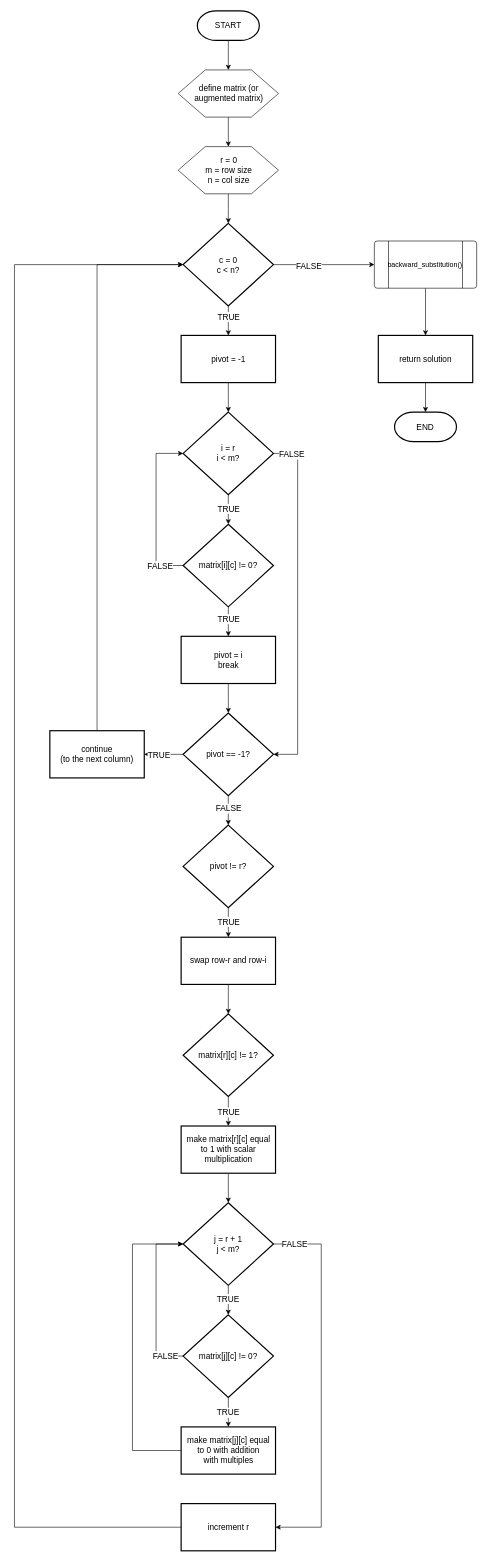
Above: gauss-elimination/gauss-elimination.drawio in HarisHerdiansyah/computational-math (draw.io), before the change. Source tidied: cells renumbered, new cells numbered last; positions are measured from the earlier drawing's top-left corner, leaving out a move shared by most shapes. Both pictures are drawn from the tidied source at 59%, with x=0, y=0 at pixel (14, 11).
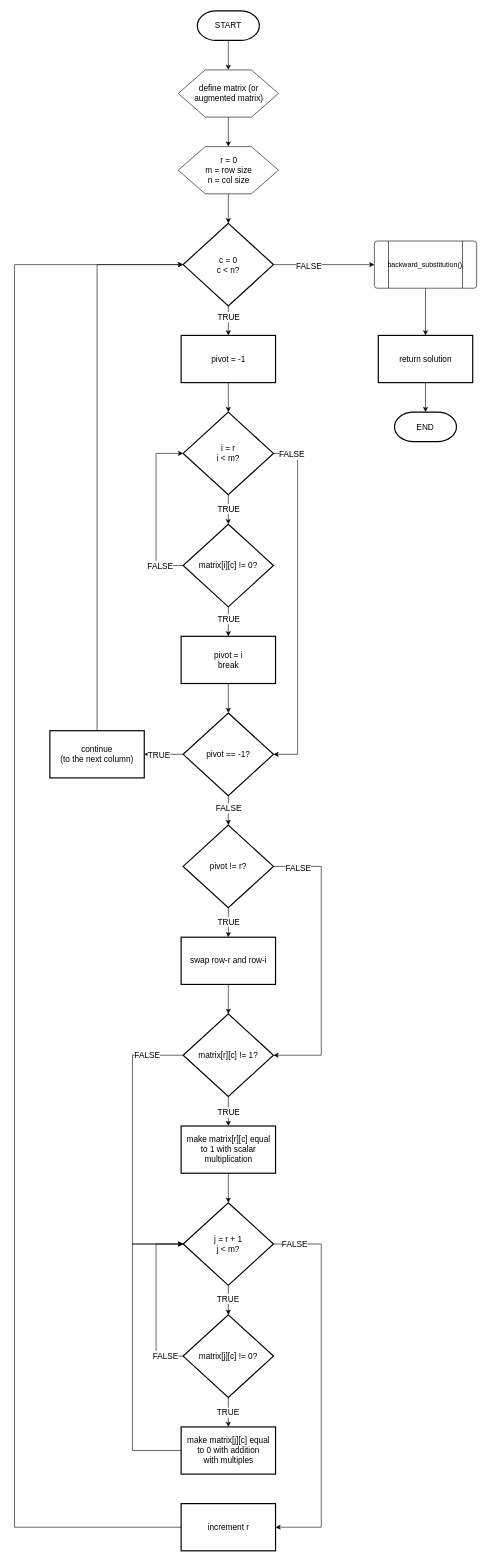
The same page after the edit.

The change refers to these unchanged cells:
```xml
<mxCell id="36" value="pivot != r?" style="strokeWidth=2;html=1;shape=mxgraph.flowchart.decision;whiteSpace=wrap;fontSize=14;" parent="1" vertex="1">
  <mxGeometry x="285.9" y="1380" width="153.1" height="140" as="geometry" />
</mxCell>
<mxCell id="41" value="matrix[r][c] != 1?" style="strokeWidth=2;html=1;shape=mxgraph.flowchart.decision;whiteSpace=wrap;fontSize=14;" parent="1" vertex="1">
  <mxGeometry x="285.9" y="1700" width="153.1" height="140" as="geometry" />
</mxCell>
<mxCell id="48" value="j = r + 1&lt;div&gt;j &amp;lt; m?&lt;/div&gt;" style="strokeWidth=2;html=1;shape=mxgraph.flowchart.decision;whiteSpace=wrap;fontSize=14;" parent="1" vertex="1">
  <mxGeometry x="285.9" y="2020" width="153.1" height="140" as="geometry" />
</mxCell>
```

The edit, as a diff of the source:
```diff
@@
+    <mxCell id="63" style="edgeStyle=orthogonalEdgeStyle;rounded=0;jettySize=auto;html=1;exitX=1;exitY=0.5;exitDx=0;exitDy=0;exitPerimeter=0;entryX=1;entryY=0.5;entryDx=0;entryDy=0;entryPerimeter=0;" parent="1" edge="1" source="36" target="41">
+      <mxGeometry relative="1" as="geometry">
+        <Array as="points">
+          <mxPoint x="520" y="1450" />
+          <mxPoint x="520" y="1770" />
+        </Array>
+      </mxGeometry>
+    </mxCell>
+    <mxCell id="64" value="&lt;font style=&quot;font-size: 14px;&quot;&gt;FALSE&lt;/font&gt;" style="edgeLabel;html=1;align=center;verticalAlign=middle;" parent="63" vertex="1">
+      <mxGeometry x="-0.83" y="-2" relative="1" as="geometry" />
+    </mxCell>
+    <mxCell id="65" style="edgeStyle=orthogonalEdgeStyle;rounded=0;jettySize=auto;html=1;exitX=0;exitY=0.5;exitDx=0;exitDy=0;exitPerimeter=0;entryX=0;entryY=0.5;entryDx=0;entryDy=0;entryPerimeter=0;" parent="1" edge="1" source="41" target="48">
+      <mxGeometry relative="1" as="geometry">
+        <Array as="points">
+          <mxPoint x="200" y="1770" />
+          <mxPoint x="200" y="2090" />
+        </Array>
+      </mxGeometry>
+    </mxCell>
+    <mxCell id="66" value="&lt;font style=&quot;font-size: 14px;&quot;&gt;FALSE&lt;/font&gt;" style="edgeLabel;html=1;align=center;verticalAlign=middle;" parent="65" vertex="1">
+      <mxGeometry x="-0.75" y="-1" relative="1" as="geometry" />
+    </mxCell>
```
